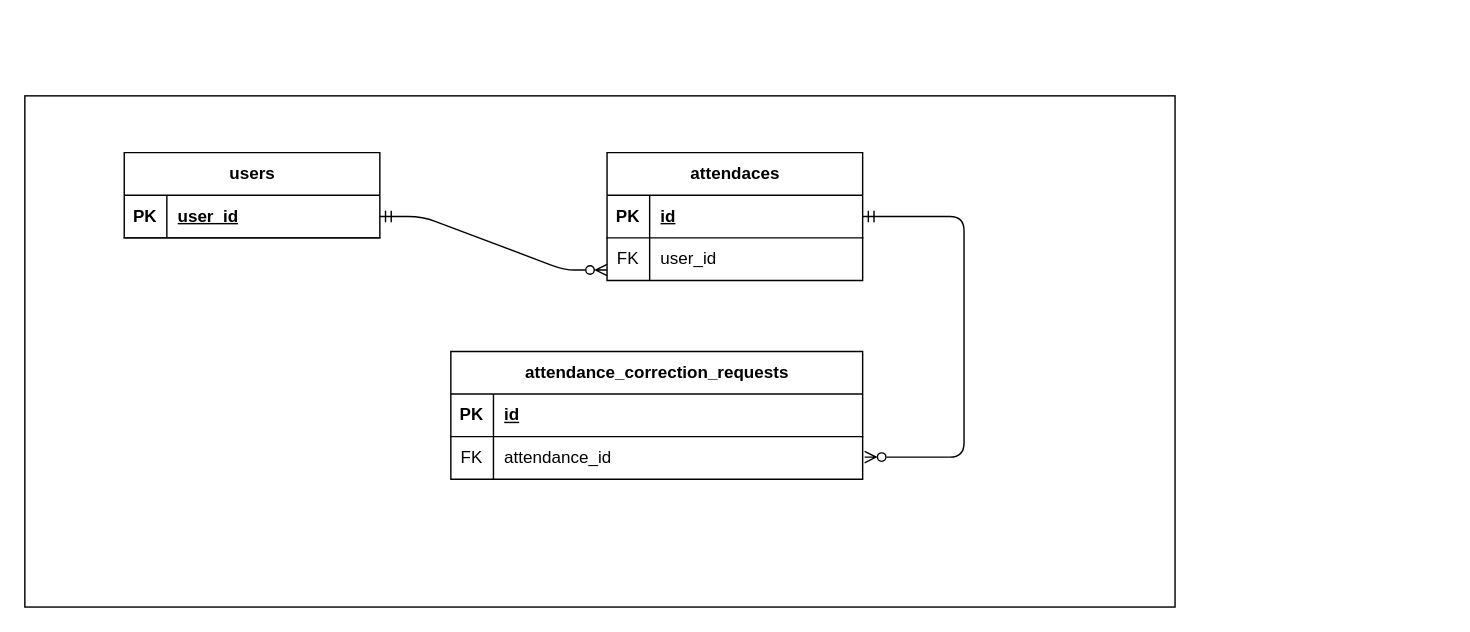
to-4/ct-work-log keeps this draw.io diagram as src/docs/diagrams/er/ER-core_v1.drawio. Above is the earlier version. Source tidied: cells renumbered, new cells numbered last; positions are measured from the earlier drawing's top-left corner, leaving out a move shared by most shapes. Both pictures are drawn from the tidied source at 142%, with x=0, y=0 at pixel (24, 95).
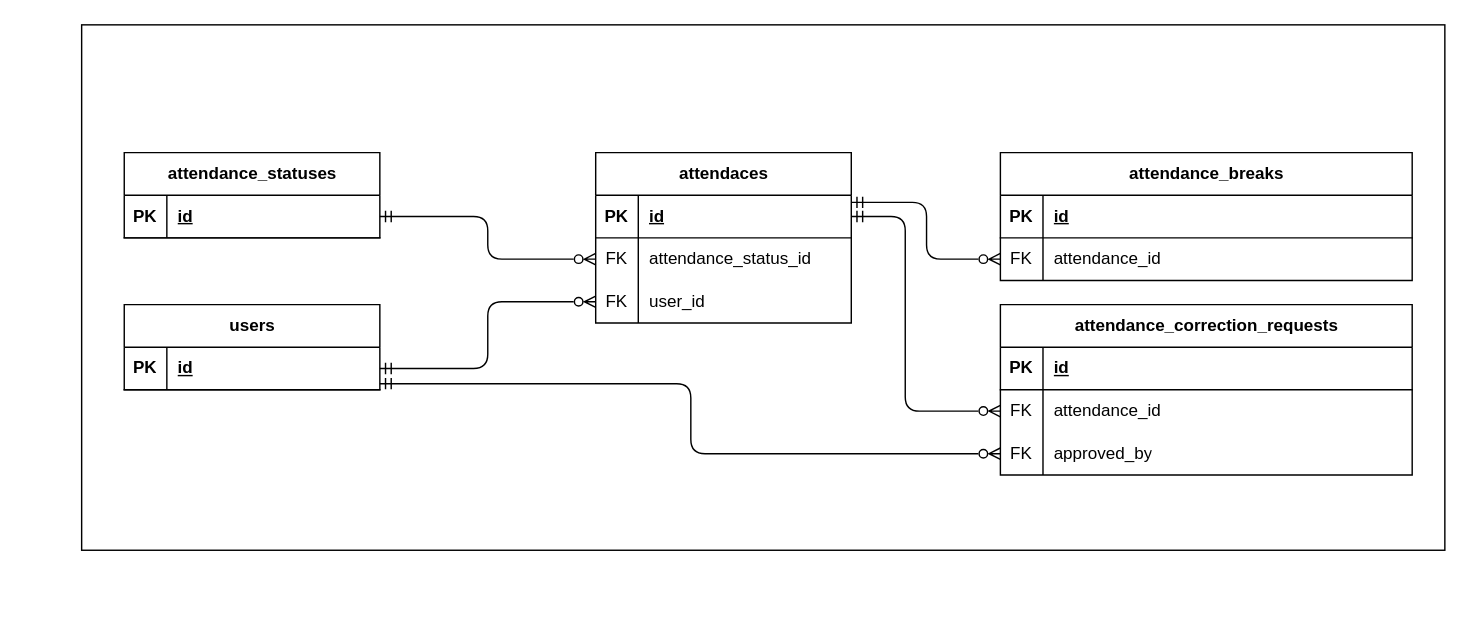
After the change.

Unchanged cells that the change refers to:
```xml
<mxCell id="4" style="shape=tableRow;horizontal=0;startSize=0;swimlaneHead=0;swimlaneBody=0;fillColor=none;points=[[0,0.5],[1,0.5]];portConstraint=eastwest;top=0;left=0;right=0;bottom=1;" parent="3" vertex="1">
  <mxGeometry y="30" width="180" height="30" as="geometry" />
</mxCell>
<mxCell id="7" style="shape=tableRow;horizontal=0;startSize=0;swimlaneHead=0;swimlaneBody=0;fillColor=none;points=[[0,0.5],[1,0.5]];portConstraint=eastwest;top=0;left=0;right=0;bottom=0;" parent="3" vertex="1">
  <mxGeometry y="60" width="180" height="30" as="geometry" />
</mxCell>
<mxCell id="14" style="shape=tableRow;horizontal=0;startSize=0;swimlaneHead=0;swimlaneBody=0;fillColor=none;points=[[0,0.5],[1,0.5]];portConstraint=eastwest;top=0;left=0;right=0;bottom=0;" parent="10" vertex="1">
  <mxGeometry y="60" width="290" height="30" as="geometry" />
</mxCell>
<mxCell id="20" style="shape=tableRow;horizontal=0;startSize=0;swimlaneHead=0;swimlaneBody=0;fillColor=none;points=[[0,0.5],[1,0.5]];portConstraint=eastwest;top=0;left=0;right=0;bottom=1;" parent="19" vertex="1">
  <mxGeometry y="30" width="180" height="30" as="geometry" />
</mxCell>
```

The edit, as a diff of the source:
```diff
@@
     <mxCell id="2" style="rounded=0;whiteSpace=wrap;html=1;" parent="1" vertex="1">
-      <mxGeometry width="810" height="360" as="geometry" />
+      <mxGeometry x="40" y="-50" width="960" height="370" as="geometry" />
     </mxCell>
     <mxCell id="3" value="attendaces" style="shape=table;startSize=30;childLayout=tableLayout;rowLines=0;fontStyle=1;align=center;html=1;" parent="1" vertex="1">
-      <mxGeometry x="410" y="40" width="180" height="90" as="geometry" />
+      <mxGeometry x="402" y="40" width="180" height="120" as="geometry" />
     </mxCell>
@@
-    <mxCell id="9" value="user_id" style="shape=partialRectangle;fillColor=none;top=0;left=0;bottom=0;right=0;align=left;spacingLeft=6;overflow=hidden;whiteSpace=wrap;html=1;" parent="7" vertex="1">
+    <mxCell id="9" value="attendance_status_id" style="shape=partialRectangle;fillColor=none;top=0;left=0;bottom=0;right=0;align=left;spacingLeft=6;overflow=hidden;whiteSpace=wrap;html=1;" parent="7" vertex="1">
       <mxGeometry x="30" width="150" height="30" as="geometry" />
     </mxCell>
+    <mxCell id="23" style="shape=tableRow;horizontal=0;startSize=0;swimlaneHead=0;swimlaneBody=0;fillColor=none;points=[[0,0.5],[1,0.5]];portConstraint=eastwest;top=0;left=0;right=0;bottom=0;" parent="3" vertex="1">
+      <mxGeometry y="90" width="180" height="30" as="geometry" />
+    </mxCell>
+    <mxCell id="24" value="FK" style="shape=partialRectangle;fillColor=none;top=0;left=0;bottom=0;right=0;overflow=hidden;whiteSpace=wrap;html=1;" parent="23" vertex="1">
+      <mxGeometry width="30" height="30" as="geometry" />
+    </mxCell>
+    <mxCell id="25" value="user_id" style="shape=partialRectangle;fillColor=none;top=0;left=0;bottom=0;right=0;align=left;spacingLeft=6;overflow=hidden;whiteSpace=wrap;html=1;" parent="23" vertex="1">
+      <mxGeometry x="30" width="150" height="30" as="geometry" />
+    </mxCell>
     <mxCell id="10" value="attendance_correction_requests" style="shape=table;startSize=30;childLayout=tableLayout;rowLines=0;fontStyle=1;align=center;html=1;" parent="1" vertex="1">
-      <mxGeometry x="300" y="180" width="290" height="90" as="geometry" />
+      <mxGeometry x="687" y="147" width="290" height="120" as="geometry" />
     </mxCell>
@@
+    <mxCell id="26" style="shape=tableRow;horizontal=0;startSize=0;swimlaneHead=0;swimlaneBody=0;fillColor=none;points=[[0,0.5],[1,0.5]];portConstraint=eastwest;top=0;left=0;right=0;bottom=0;" parent="10" vertex="1">
+      <mxGeometry y="90" width="290" height="30" as="geometry" />
+    </mxCell>
+    <mxCell id="27" value="FK" style="shape=partialRectangle;fillColor=none;top=0;left=0;bottom=0;right=0;overflow=hidden;whiteSpace=wrap;html=1;" parent="26" vertex="1">
+      <mxGeometry width="30" height="30" as="geometry" />
+    </mxCell>
+    <mxCell id="28" value="approved_by" style="shape=partialRectangle;fillColor=none;top=0;left=0;bottom=0;right=0;align=left;spacingLeft=6;overflow=hidden;whiteSpace=wrap;html=1;" parent="26" vertex="1">
+      <mxGeometry x="30" width="260" height="30" as="geometry" />
+    </mxCell>
-    <mxCell id="17" style="edgeStyle=elbowEdgeStyle;fontSize=12;html=1;endArrow=ERzeroToMany;startArrow=ERmandOne;exitX=1;exitY=0.5;exitDx=0;exitDy=0;endFill=0;entryX=1;entryY=0.5;entryDx=0;entryDy=0;" parent="1" edge="1" source="4">
+    <mxCell id="17" style="edgeStyle=elbowEdgeStyle;fontSize=12;html=1;endArrow=ERzeroToMany;startArrow=ERmandOne;exitX=1;exitY=0.5;exitDx=0;exitDy=0;endFill=0;entryX=0;entryY=0.5;entryDx=0;entryDy=0;" parent="1" edge="1" source="4" target="14">
       <mxGeometry relative="1" as="geometry">
-        <mxPoint x="591.4" y="254.4" as="targetPoint" />
         <Array as="points">
-          <mxPoint x="661.4" y="289.4" />
+          <mxPoint x="620" y="150" />
         </Array>
       </mxGeometry>
     </mxCell>
-    <mxCell id="18" style="edgeStyle=entityRelationEdgeStyle;fontSize=12;html=1;endArrow=ERzeroToMany;startArrow=ERmandOne;entryX=0;entryY=0.756;entryDx=0;entryDy=0;entryPerimeter=0;endFill=0;" parent="1" edge="1" source="20" target="7">
-      <mxGeometry relative="1" as="geometry">
-        <Array as="points">
-          <mxPoint x="396.3" y="442" />
-          <mxPoint x="345" y="460" />
-          <mxPoint x="450" y="460" />
-          <mxPoint x="440" y="440" />
-          <mxPoint x="390" y="440" />
-          <mxPoint x="330" y="450" />
-          <mxPoint x="590" y="470" />
-          <mxPoint x="510" y="470" />
-          <mxPoint x="500" y="520" />
-          <mxPoint x="510" y="470" />
-          <mxPoint x="416.3" y="400" />
-          <mxPoint x="386.3" y="450" />
-          <mxPoint x="396.3" y="442" />
-          <mxPoint x="416.3" y="440" />
-        </Array>
-      </mxGeometry>
-    </mxCell>
-    <mxCell id="19" value="users" style="shape=table;startSize=30;childLayout=tableLayout;rowLines=0;fontStyle=1;align=center;html=1;" parent="1" vertex="1">
+    <mxCell id="19" value="&lt;span style=&quot;color: rgb(0, 0, 0);&quot;&gt;attendance_statuses&lt;/span&gt;" style="shape=table;startSize=30;childLayout=tableLayout;rowLines=0;fontStyle=1;align=center;html=1;" parent="1" vertex="1">
       <mxGeometry x="70" y="40" width="180" height="60" as="geometry" />
     </mxCell>
@@
-    <mxCell id="22" value="user_id" style="shape=partialRectangle;fillColor=none;top=0;left=0;bottom=0;right=0;align=left;spacingLeft=6;fontStyle=5;overflow=hidden;whiteSpace=wrap;html=1;" parent="20" vertex="1">
+    <mxCell id="22" value="id" style="shape=partialRectangle;fillColor=none;top=0;left=0;bottom=0;right=0;align=left;spacingLeft=6;fontStyle=5;overflow=hidden;whiteSpace=wrap;html=1;" parent="20" vertex="1">
       <mxGeometry x="30" width="150" height="30" as="geometry" />
     </mxCell>
+    <mxCell id="29" value="attendance_breaks" style="shape=table;startSize=30;childLayout=tableLayout;rowLines=0;fontStyle=1;align=center;html=1;" parent="1" vertex="1">
+      <mxGeometry x="687" y="40" width="290" height="90" as="geometry" />
+    </mxCell>
+    <mxCell id="30" style="shape=tableRow;horizontal=0;startSize=0;swimlaneHead=0;swimlaneBody=0;fillColor=none;top=0;left=0;right=0;bottom=1;" parent="29" vertex="1">
+      <mxGeometry y="30" width="290" height="30" as="geometry" />
+    </mxCell>
+    <mxCell id="31" value="PK" style="shape=partialRectangle;fillColor=none;top=0;left=0;bottom=0;right=0;fontStyle=1;overflow=hidden;whiteSpace=wrap;html=1;" parent="30" vertex="1">
+      <mxGeometry width="30" height="30" as="geometry" />
+    </mxCell>
+    <mxCell id="32" value="id" style="shape=partialRectangle;fillColor=none;top=0;left=0;bottom=0;right=0;align=left;spacingLeft=6;fontStyle=5;overflow=hidden;whiteSpace=wrap;html=1;" parent="30" vertex="1">
+      <mxGeometry x="30" width="260" height="30" as="geometry" />
+    </mxCell>
+    <mxCell id="33" style="shape=tableRow;horizontal=0;startSize=0;swimlaneHead=0;swimlaneBody=0;fillColor=none;points=[[0,0.5],[1,0.5]];portConstraint=eastwest;top=0;left=0;right=0;bottom=0;" parent="29" vertex="1">
+      <mxGeometry y="60" width="290" height="30" as="geometry" />
+    </mxCell>
+    <mxCell id="34" value="FK" style="shape=partialRectangle;fillColor=none;top=0;left=0;bottom=0;right=0;overflow=hidden;whiteSpace=wrap;html=1;" parent="33" vertex="1">
+      <mxGeometry width="30" height="30" as="geometry" />
+    </mxCell>
+    <mxCell id="35" value="attendance_id" style="shape=partialRectangle;fillColor=none;top=0;left=0;bottom=0;right=0;align=left;spacingLeft=6;overflow=hidden;whiteSpace=wrap;html=1;" parent="33" vertex="1">
+      <mxGeometry x="30" width="260" height="30" as="geometry" />
+    </mxCell>
+    <mxCell id="36" style="edgeStyle=elbowEdgeStyle;fontSize=12;html=1;endArrow=ERzeroToMany;startArrow=ERmandOne;exitX=1;exitY=0.5;exitDx=0;exitDy=0;endFill=0;entryX=0;entryY=0.5;entryDx=0;entryDy=0;" parent="1" edge="1" target="33">
+      <mxGeometry relative="1" as="geometry">
+        <mxPoint x="582" y="75" as="sourcePoint" />
+      </mxGeometry>
+    </mxCell>
+    <mxCell id="18" style="edgeStyle=elbowEdgeStyle;fontSize=12;html=1;endArrow=ERzeroToMany;startArrow=ERmandOne;exitX=1;exitY=0.5;exitDx=0;exitDy=0;endFill=0;entryX=0;entryY=0.5;entryDx=0;entryDy=0;" parent="1" edge="1" source="20" target="7">
+      <mxGeometry relative="1" as="geometry" />
+    </mxCell>
+    <mxCell id="37" value="users" style="shape=table;startSize=30;childLayout=tableLayout;rowLines=0;fontStyle=1;align=center;html=1;" parent="1" vertex="1">
+      <mxGeometry x="70" y="147" width="180" height="60" as="geometry" />
+    </mxCell>
+    <mxCell id="38" style="shape=tableRow;horizontal=0;startSize=0;swimlaneHead=0;swimlaneBody=0;fillColor=none;points=[[0,0.5],[1,0.5]];portConstraint=eastwest;top=0;left=0;right=0;bottom=1;" parent="37" vertex="1">
+      <mxGeometry y="30" width="180" height="30" as="geometry" />
+    </mxCell>
+    <mxCell id="39" value="PK" style="shape=partialRectangle;fillColor=none;top=0;left=0;bottom=0;right=0;fontStyle=1;overflow=hidden;whiteSpace=wrap;html=1;" parent="38" vertex="1">
+      <mxGeometry width="30" height="30" as="geometry" />
+    </mxCell>
+    <mxCell id="40" value="id" style="shape=partialRectangle;fillColor=none;top=0;left=0;bottom=0;right=0;align=left;spacingLeft=6;fontStyle=5;overflow=hidden;whiteSpace=wrap;html=1;" parent="38" vertex="1">
+      <mxGeometry x="30" width="150" height="30" as="geometry" />
+    </mxCell>
+    <mxCell id="41" style="edgeStyle=elbowEdgeStyle;fontSize=12;html=1;endArrow=ERzeroToMany;startArrow=ERmandOne;exitX=1;exitY=0.5;exitDx=0;exitDy=0;endFill=0;entryX=0;entryY=0.5;entryDx=0;entryDy=0;" parent="1" edge="1" source="38" target="23">
+      <mxGeometry relative="1" as="geometry" />
+    </mxCell>
+    <mxCell id="42" style="edgeStyle=elbowEdgeStyle;fontSize=12;html=1;endArrow=ERzeroToMany;startArrow=ERmandOne;exitX=0.978;exitY=0.856;exitDx=0;exitDy=0;endFill=0;exitPerimeter=0;" parent="1" edge="1" target="26">
+      <mxGeometry relative="1" as="geometry">
+        <mxPoint x="250" y="202.7" as="sourcePoint" />
+      </mxGeometry>
+    </mxCell>
```
